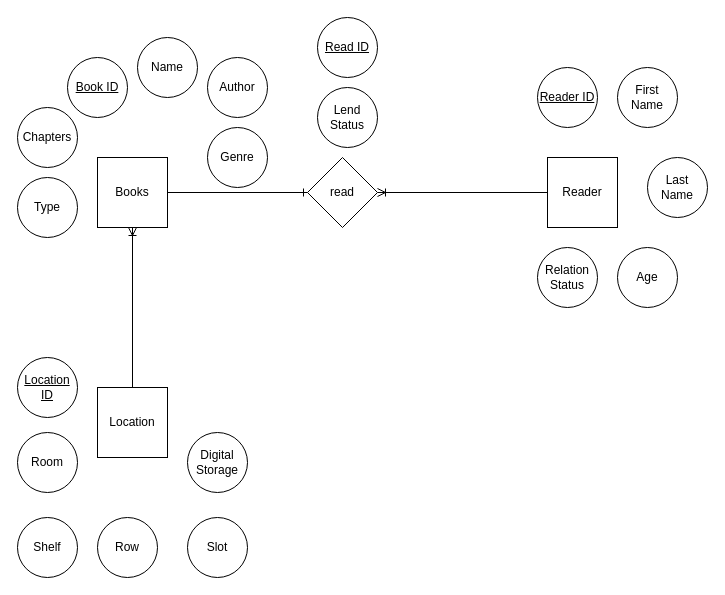
This is page "Step 2 Entity Relationship Model" (2 of 4) of exercise_homeLibrary.drawio from EstephR/Day26_Database_Development, a draw.io file, before an edit. Source tidied: cells renumbered, new cells numbered last; positions are measured from the earlier drawing's top-left corner, leaving out a move shared by most shapes. Both pictures are drawn from the tidied source at 100%, with x=0, y=0 at pixel (17, 17).
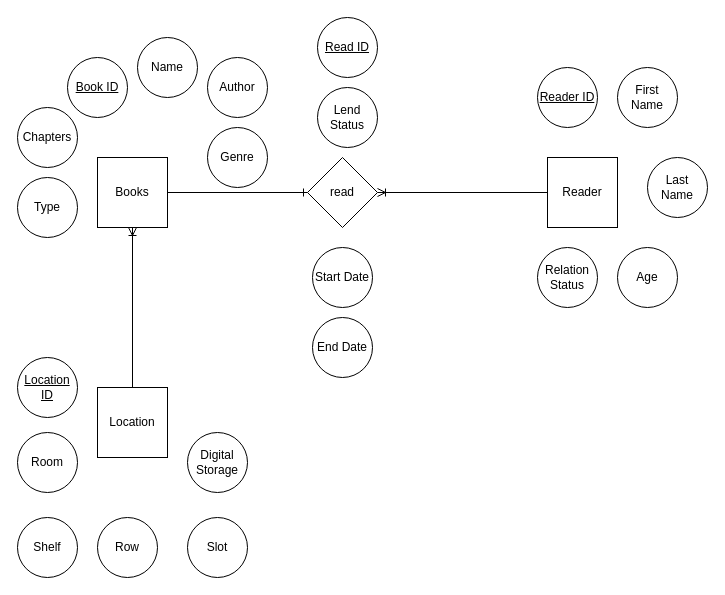
Above is the later version.

Diff of the diagram source:
```diff
@@
+    <mxCell id="28" value="Start Date" style="ellipse;whiteSpace=wrap;html=1;fontStyle=0;" parent="1" vertex="1">
+      <mxGeometry x="295" y="230" width="60" height="60" as="geometry" />
+    </mxCell>
+    <mxCell id="29" value="End Date" style="ellipse;whiteSpace=wrap;html=1;fontStyle=0;" parent="1" vertex="1">
+      <mxGeometry x="295" y="300" width="60" height="60" as="geometry" />
+    </mxCell>
```
